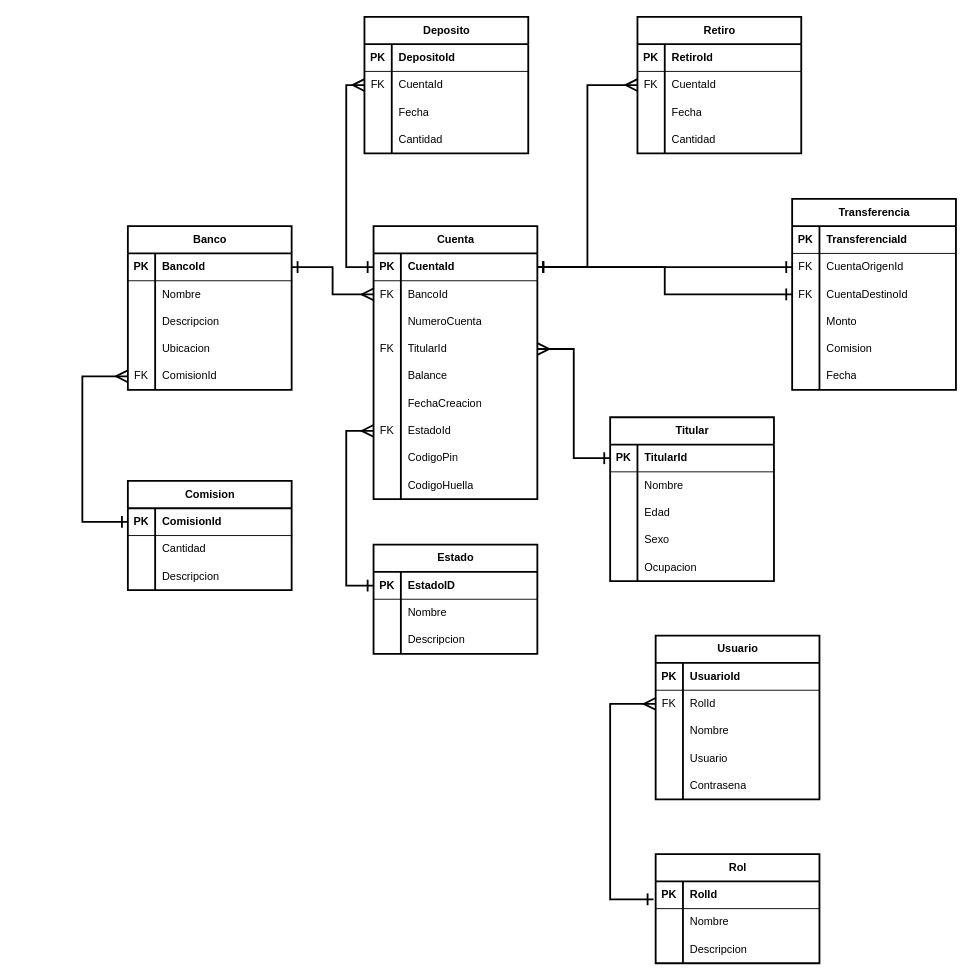
This is Base de Datos/Diagrama Entidad-Relación.drawio from Sneex17/A2Banking, a draw.io file, before an edit. Source tidied: cells renumbered, new cells numbered last; positions are measured from the earlier drawing's top-left corner, leaving out a move shared by most shapes. Both pictures are drawn from the tidied source at 91%, with x=0, y=0 at pixel (82, 16).
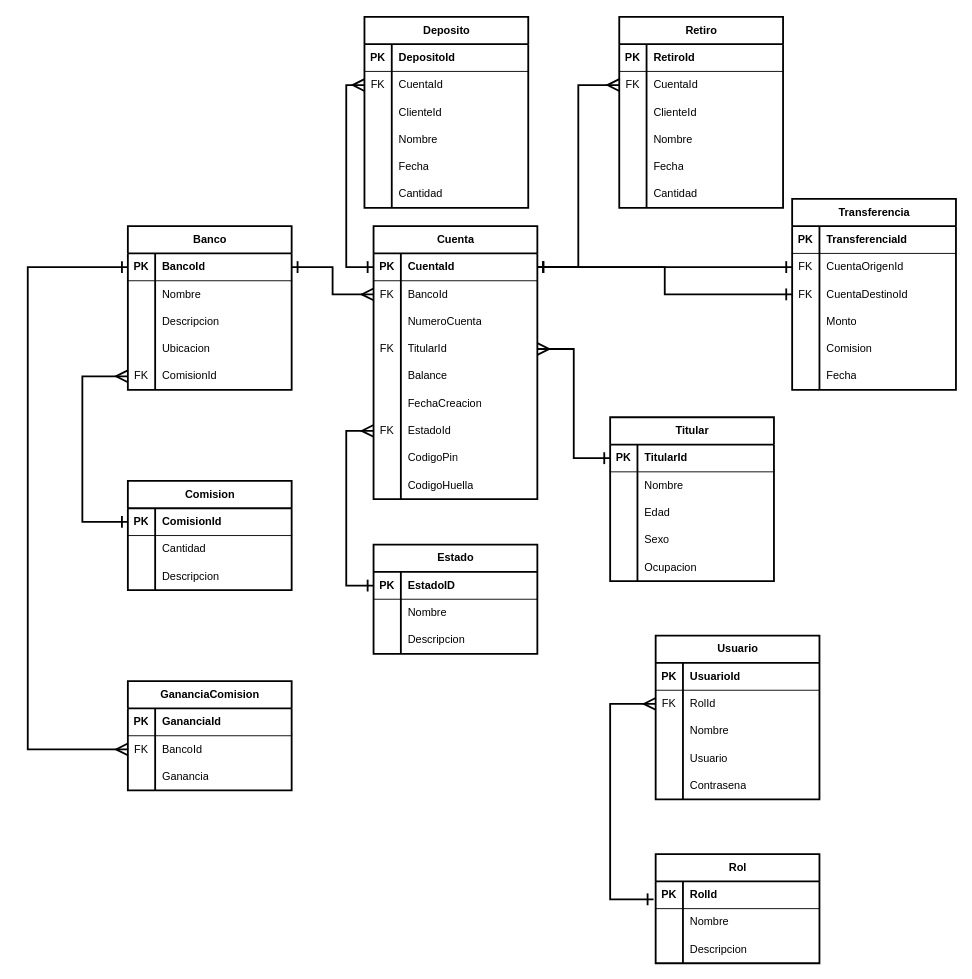
Above is the later version.

The change refers to these unchanged cells:
```xml
<mxCell id="3" style="shape=tableRow;horizontal=0;startSize=0;swimlaneHead=0;swimlaneBody=0;fillColor=none;points=[[0,0.5],[1,0.5]];portConstraint=eastwest;top=0;left=0;right=0;bottom=1;" parent="2" vertex="1">
  <mxGeometry y="30" width="180" height="30" as="geometry" />
</mxCell>
```

What changed in the source:
```diff
@@
     <mxCell id="102" value="Retiro" style="shape=table;startSize=30;childLayout=tableLayout;rowLines=0;fontStyle=1;align=center;html=1;strokeWidth=2;" parent="1" vertex="1">
-      <mxGeometry x="610" width="180" height="150" as="geometry" />
+      <mxGeometry x="590" width="180" height="210" as="geometry" />
     </mxCell>
@@
+    <mxCell id="162" style="shape=tableRow;horizontal=0;startSize=0;swimlaneHead=0;swimlaneBody=0;fillColor=none;top=0;left=0;right=0;bottom=0;" parent="102" vertex="1">
+      <mxGeometry y="90" width="180" height="30" as="geometry" />
+    </mxCell>
+    <mxCell id="163" style="shape=partialRectangle;fillColor=none;top=0;left=0;bottom=0;right=0;overflow=hidden;whiteSpace=wrap;html=1;" parent="162" vertex="1">
+      <mxGeometry width="30" height="30" as="geometry" />
+    </mxCell>
+    <mxCell id="164" value="ClienteId" style="shape=partialRectangle;fillColor=none;top=0;left=0;bottom=0;right=0;align=left;spacingLeft=6;overflow=hidden;whiteSpace=wrap;html=1;" parent="162" vertex="1">
+      <mxGeometry x="30" width="150" height="30" as="geometry" />
+    </mxCell>
+    <mxCell id="165" style="shape=tableRow;horizontal=0;startSize=0;swimlaneHead=0;swimlaneBody=0;fillColor=none;top=0;left=0;right=0;bottom=0;" parent="102" vertex="1">
+      <mxGeometry y="120" width="180" height="30" as="geometry" />
+    </mxCell>
+    <mxCell id="166" style="shape=partialRectangle;fillColor=none;top=0;left=0;bottom=0;right=0;overflow=hidden;whiteSpace=wrap;html=1;" parent="165" vertex="1">
+      <mxGeometry width="30" height="30" as="geometry" />
+    </mxCell>
+    <mxCell id="167" value="Nombre" style="shape=partialRectangle;fillColor=none;top=0;left=0;bottom=0;right=0;align=left;spacingLeft=6;overflow=hidden;whiteSpace=wrap;html=1;" parent="165" vertex="1">
+      <mxGeometry x="30" width="150" height="30" as="geometry" />
+    </mxCell>
     <mxCell id="109" style="shape=tableRow;horizontal=0;startSize=0;swimlaneHead=0;swimlaneBody=0;fillColor=none;top=0;left=0;right=0;bottom=0;" parent="102" vertex="1">
-      <mxGeometry y="90" width="180" height="30" as="geometry" />
+      <mxGeometry y="150" width="180" height="30" as="geometry" />
     </mxCell>
@@
     <mxCell id="112" style="shape=tableRow;horizontal=0;startSize=0;swimlaneHead=0;swimlaneBody=0;fillColor=none;top=0;left=0;right=0;bottom=0;" parent="102" vertex="1">
-      <mxGeometry y="120" width="180" height="30" as="geometry" />
+      <mxGeometry y="180" width="180" height="30" as="geometry" />
     </mxCell>
@@
     <mxCell id="116" value="Deposito" style="shape=table;startSize=30;childLayout=tableLayout;rowLines=0;fontStyle=1;align=center;html=1;strokeWidth=2;" parent="1" vertex="1">
-      <mxGeometry x="310" width="180" height="150" as="geometry" />
+      <mxGeometry x="310" width="180" height="210" as="geometry" />
     </mxCell>
@@
+    <mxCell id="168" style="shape=tableRow;horizontal=0;startSize=0;swimlaneHead=0;swimlaneBody=0;fillColor=none;top=0;left=0;right=0;bottom=0;" parent="116" vertex="1">
+      <mxGeometry y="90" width="180" height="30" as="geometry" />
+    </mxCell>
+    <mxCell id="169" style="shape=partialRectangle;fillColor=none;top=0;left=0;bottom=0;right=0;overflow=hidden;whiteSpace=wrap;html=1;" parent="168" vertex="1">
+      <mxGeometry width="30" height="30" as="geometry" />
+    </mxCell>
+    <mxCell id="170" value="ClienteId" style="shape=partialRectangle;fillColor=none;top=0;left=0;bottom=0;right=0;align=left;spacingLeft=6;overflow=hidden;whiteSpace=wrap;html=1;" parent="168" vertex="1">
+      <mxGeometry x="30" width="150" height="30" as="geometry" />
+    </mxCell>
+    <mxCell id="171" style="shape=tableRow;horizontal=0;startSize=0;swimlaneHead=0;swimlaneBody=0;fillColor=none;top=0;left=0;right=0;bottom=0;" parent="116" vertex="1">
+      <mxGeometry y="120" width="180" height="30" as="geometry" />
+    </mxCell>
+    <mxCell id="172" style="shape=partialRectangle;fillColor=none;top=0;left=0;bottom=0;right=0;overflow=hidden;whiteSpace=wrap;html=1;" parent="171" vertex="1">
+      <mxGeometry width="30" height="30" as="geometry" />
+    </mxCell>
+    <mxCell id="173" value="Nombre" style="shape=partialRectangle;fillColor=none;top=0;left=0;bottom=0;right=0;align=left;spacingLeft=6;overflow=hidden;whiteSpace=wrap;html=1;" parent="171" vertex="1">
+      <mxGeometry x="30" width="150" height="30" as="geometry" />
+    </mxCell>
     <mxCell id="123" style="shape=tableRow;horizontal=0;startSize=0;swimlaneHead=0;swimlaneBody=0;fillColor=none;top=0;left=0;right=0;bottom=0;" parent="116" vertex="1">
-      <mxGeometry y="90" width="180" height="30" as="geometry" />
+      <mxGeometry y="150" width="180" height="30" as="geometry" />
     </mxCell>
@@
     <mxCell id="126" style="shape=tableRow;horizontal=0;startSize=0;swimlaneHead=0;swimlaneBody=0;fillColor=none;top=0;left=0;right=0;bottom=0;" parent="116" vertex="1">
-      <mxGeometry y="120" width="180" height="30" as="geometry" />
+      <mxGeometry y="180" width="180" height="30" as="geometry" />
     </mxCell>
@@
+    <mxCell id="174" value="GananciaComision" style="shape=table;startSize=30;childLayout=tableLayout;rowLines=0;fontStyle=1;align=center;html=1;strokeWidth=2;" parent="1" vertex="1">
+      <mxGeometry x="50" y="730" width="180" height="120" as="geometry" />
+    </mxCell>
+    <mxCell id="175" style="shape=tableRow;horizontal=0;startSize=0;swimlaneHead=0;swimlaneBody=0;fillColor=none;top=0;left=0;right=0;bottom=1;" parent="174" vertex="1">
+      <mxGeometry y="30" width="180" height="30" as="geometry" />
+    </mxCell>
+    <mxCell id="176" value="PK" style="shape=partialRectangle;fillColor=none;top=0;left=0;bottom=0;right=0;fontStyle=1;overflow=hidden;whiteSpace=wrap;html=1;" parent="175" vertex="1">
+      <mxGeometry width="30" height="30" as="geometry" />
+    </mxCell>
+    <mxCell id="177" value="GananciaId" style="shape=partialRectangle;fillColor=none;top=0;left=0;bottom=0;right=0;align=left;spacingLeft=6;fontStyle=1;overflow=hidden;whiteSpace=wrap;html=1;" parent="175" vertex="1">
+      <mxGeometry x="30" width="150" height="30" as="geometry" />
+    </mxCell>
+    <mxCell id="178" style="shape=tableRow;horizontal=0;startSize=0;swimlaneHead=0;swimlaneBody=0;fillColor=none;points=[[0,0.5],[1,0.5]];portConstraint=eastwest;top=0;left=0;right=0;bottom=0;" parent="174" vertex="1">
+      <mxGeometry y="60" width="180" height="30" as="geometry" />
+    </mxCell>
+    <mxCell id="179" value="FK" style="shape=partialRectangle;fillColor=none;top=0;left=0;bottom=0;right=0;overflow=hidden;whiteSpace=wrap;html=1;" parent="178" vertex="1">
+      <mxGeometry width="30" height="30" as="geometry" />
+    </mxCell>
+    <mxCell id="180" value="BancoId" style="shape=partialRectangle;fillColor=none;top=0;left=0;bottom=0;right=0;align=left;spacingLeft=6;overflow=hidden;whiteSpace=wrap;html=1;" parent="178" vertex="1">
+      <mxGeometry x="30" width="150" height="30" as="geometry" />
+    </mxCell>
+    <mxCell id="181" style="shape=tableRow;horizontal=0;startSize=0;swimlaneHead=0;swimlaneBody=0;fillColor=none;top=0;left=0;right=0;bottom=0;" parent="174" vertex="1">
+      <mxGeometry y="90" width="180" height="30" as="geometry" />
+    </mxCell>
+    <mxCell id="182" style="shape=partialRectangle;fillColor=none;top=0;left=0;bottom=0;right=0;overflow=hidden;whiteSpace=wrap;html=1;" parent="181" vertex="1">
+      <mxGeometry width="30" height="30" as="geometry" />
+    </mxCell>
+    <mxCell id="183" value="Ganancia" style="shape=partialRectangle;fillColor=none;top=0;left=0;bottom=0;right=0;align=left;spacingLeft=6;overflow=hidden;whiteSpace=wrap;html=1;" parent="181" vertex="1">
+      <mxGeometry x="30" width="150" height="30" as="geometry" />
+    </mxCell>
+    <mxCell id="184" style="edgeStyle=orthogonalEdgeStyle;rounded=0;jettySize=auto;html=1;entryX=0;entryY=0.5;entryDx=0;entryDy=0;endArrow=ERmany;endFill=0;startArrow=ERone;startFill=0;startSize=10;endSize=10;targetPerimeterSpacing=6;strokeWidth=2;" parent="1" edge="1" source="3" target="178">
+      <mxGeometry relative="1" as="geometry">
+        <Array as="points">
+          <mxPoint x="-60" y="275" />
+          <mxPoint x="-60" y="805" />
+        </Array>
+      </mxGeometry>
+    </mxCell>
```
